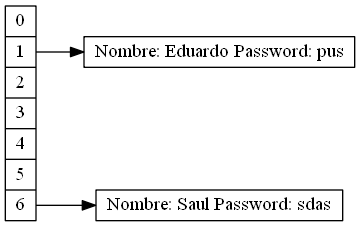
The Graphviz diagram Proyecto2/HashTable.png in Eduardo01004/EDD_2S2019_PY2_201612124, before a commit. Its source is kept beside it as Proyecto2/HashTable.dot.
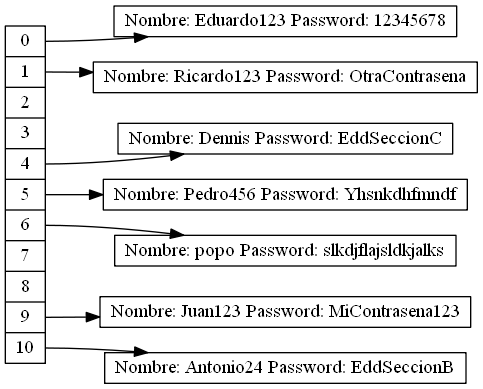
Later version of the same file.

Diff of the diagram source:
```diff
@@ -7,9 +7,23 @@
 <f3> 3 |
 <f4> 4 |
 <f5> 5 |
-<f6> 6"];
-nodoEduardo [label= "Nombre: Eduardo Password: pus"];
-"nodeTable":f1 -> nodoEduardo
-nodoSaul [label= "Nombre: Saul Password: sdas"];
-"nodeTable":f6 -> nodoSaul
+<f6> 6 |
+<f7> 7 |
+<f8> 8 |
+<f9> 9 |
+<f10> 10"];
+nodoEduardo123 [label= "Nombre: Eduardo123 Password: 12345678"];
+"nodeTable":f0 -> nodoEduardo123
+nodoRicardo123 [label= "Nombre: Ricardo123 Password: OtraContrasena"];
+"nodeTable":f1 -> nodoRicardo123
+nodoDennis [label= "Nombre: Dennis Password: EddSeccionC"];
+"nodeTable":f4 -> nodoDennis
+nodoPedro456 [label= "Nombre: Pedro456 Password: Yhsnkdhfmndf"];
+"nodeTable":f5 -> nodoPedro456
+nodopopo [label= "Nombre: popo Password: slkdjflajsldkjalks"];
+"nodeTable":f6 -> nodopopo
+nodoJuan123 [label= "Nombre: Juan123 Password: MiContrasena123"];
+"nodeTable":f9 -> nodoJuan123
+nodoAntonio24 [label= "Nombre: Antonio24 Password: EddSeccionB"];
+"nodeTable":f10 -> nodoAntonio24
 }
```
